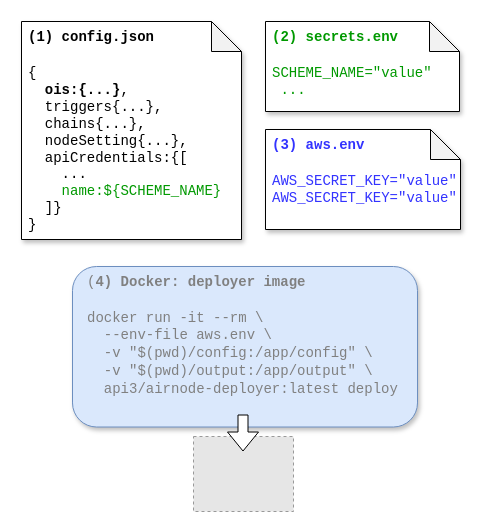
This is docs/reference/airnode/latest/assets/diagrams/api-provider-overview-aws.drawio from api3dao/vitepress-docs, a draw.io file, before an edit. Source tidied: cells renumbered, new cells numbered last; positions are measured from the earlier drawing's top-left corner, leaving out a move shared by most shapes. Both pictures are drawn from the tidied source at 100%, with x=0, y=0 at pixel (21, 21). Pictures stored in the file or linked from it are replaced by grey dashed boxes.
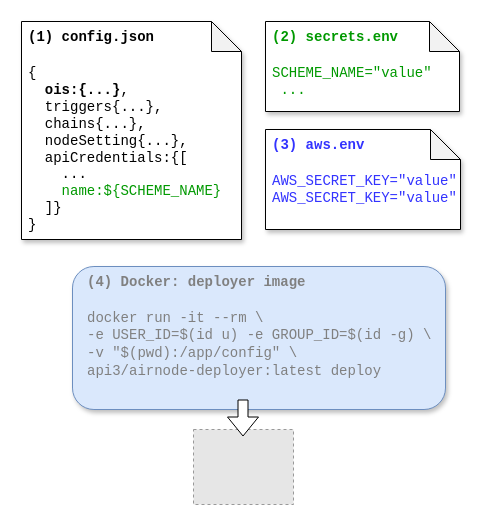
After the change.

Change to the diagram source:
```diff
@@
 <mxGraphModel>
   <root>
     <mxCell id="0" />
     <mxCell id="1" parent="0" />
-    <mxCell id="2" value="&lt;div style=&quot;font-size: 14px&quot;&gt;&lt;font color=&quot;#808080&quot; style=&quot;font-size: 14px&quot; face=&quot;Courier New&quot;&gt;(&lt;b&gt;4) Docker: deployer image&lt;/b&gt;&lt;/font&gt;&lt;/div&gt;&lt;div style=&quot;font-size: 14px&quot;&gt;&lt;font color=&quot;#808080&quot; style=&quot;font-size: 14px&quot; face=&quot;Courier New&quot;&gt;&lt;br&gt;&lt;/font&gt;&lt;/div&gt;&lt;div style=&quot;font-size: 14px&quot;&gt;&lt;font color=&quot;#808080&quot; style=&quot;font-size: 14px&quot; face=&quot;Courier New&quot;&gt;docker run -it --rm \&lt;/font&gt;&lt;/div&gt;&lt;div style=&quot;font-size: 14px&quot;&gt;&lt;font color=&quot;#808080&quot; style=&quot;font-size: 14px&quot; face=&quot;Courier New&quot;&gt;&amp;nbsp; --env-file aws.env \&lt;/font&gt;&lt;/div&gt;&lt;div style=&quot;font-size: 14px&quot;&gt;&lt;span style=&quot;color: rgb(128 , 128 , 128)&quot;&gt;&lt;font style=&quot;font-size: 14px&quot; face=&quot;Courier New&quot;&gt;&amp;nbsp; -v &quot;$(pwd)/config:/app/config&quot; \&lt;/font&gt;&lt;/span&gt;&lt;/div&gt;&lt;div style=&quot;font-size: 14px&quot;&gt;&lt;font color=&quot;#808080&quot; style=&quot;font-size: 14px&quot; face=&quot;Courier New&quot;&gt;&amp;nbsp; -v &quot;$(pwd)/output:/app/output&quot; \&lt;/font&gt;&lt;/div&gt;&lt;div style=&quot;font-size: 14px&quot;&gt;&lt;font color=&quot;#808080&quot; style=&quot;font-size: 14px&quot; face=&quot;Courier New&quot;&gt;&amp;nbsp; api3/airnode-deployer:latest deploy&lt;/font&gt;&lt;/div&gt;" style="rounded=1;whiteSpace=wrap;html=1;fontSize=11;align=left;fillColor=#dae8fc;strokeColor=#6c8ebf;shadow=1;spacingLeft=13;spacingRight=5;verticalAlign=top;" parent="1" vertex="1">
-      <mxGeometry x="51" y="245" width="345" height="160.5" as="geometry" />
+    <mxCell id="2" value="&lt;div style=&quot;font-size: 14px&quot;&gt;&lt;div style=&quot;border-color: var(--border-color);&quot;&gt;&lt;font style=&quot;border-color: var(--border-color);&quot; face=&quot;Courier New&quot; color=&quot;#808080&quot;&gt;&lt;b style=&quot;border-color: var(--border-color);&quot;&gt;(4) Docker: deployer image&lt;/b&gt;&lt;/font&gt;&lt;/div&gt;&lt;div style=&quot;border-color: var(--border-color);&quot;&gt;&lt;font style=&quot;border-color: var(--border-color);&quot; face=&quot;Courier New&quot; color=&quot;#808080&quot;&gt;&lt;br style=&quot;border-color: var(--border-color);&quot;&gt;&lt;/font&gt;&lt;/div&gt;&lt;div style=&quot;border-color: var(--border-color);&quot;&gt;&lt;font style=&quot;border-color: var(--border-color);&quot; face=&quot;Courier New&quot; color=&quot;#808080&quot;&gt;docker run -it --rm \&lt;/font&gt;&lt;/div&gt;&lt;div style=&quot;border-color: var(--border-color);&quot;&gt;&lt;font style=&quot;border-color: var(--border-color);&quot; face=&quot;Courier New&quot; color=&quot;#808080&quot;&gt;-e USER_ID=$(id u) -e GROUP_ID=$(id -g) \&lt;/font&gt;&lt;/div&gt;&lt;div style=&quot;border-color: var(--border-color);&quot;&gt;&lt;font style=&quot;border-color: var(--border-color);&quot; face=&quot;Courier New&quot; color=&quot;#808080&quot;&gt;-v &quot;$(pwd):/app/config&quot; \&amp;nbsp;&amp;nbsp;&lt;/font&gt;&lt;/div&gt;&lt;div style=&quot;border-color: var(--border-color);&quot;&gt;&lt;font style=&quot;border-color: var(--border-color);&quot; face=&quot;Courier New&quot; color=&quot;#808080&quot;&gt;api3/airnode-deployer:latest deploy&lt;/font&gt;&lt;/div&gt;&lt;/div&gt;" style="rounded=1;whiteSpace=wrap;html=1;fontSize=11;align=left;fillColor=#dae8fc;strokeColor=#6c8ebf;shadow=1;spacingLeft=13;spacingRight=5;verticalAlign=top;" parent="1" vertex="1">
+      <mxGeometry x="51" y="245" width="373" height="143" as="geometry" />
     </mxCell>
     <mxCell id="3" value="&lt;span style=&quot;font-size: 14px&quot;&gt;&lt;font face=&quot;Courier New&quot;&gt;&lt;b&gt;(1) config.json&lt;/b&gt;&lt;br style=&quot;font-size: 14px&quot;&gt;&lt;br style=&quot;font-size: 14px&quot;&gt;&lt;/font&gt;&lt;/span&gt;&lt;div style=&quot;font-size: 14px&quot;&gt;&lt;span style=&quot;font-size: 14px&quot;&gt;&lt;font face=&quot;Courier New&quot;&gt;{&lt;/font&gt;&lt;/span&gt;&lt;/div&gt;&lt;div style=&quot;font-size: 14px&quot;&gt;&lt;font face=&quot;Courier New&quot;&gt;&lt;span style=&quot;font-size: 14px&quot;&gt;&amp;nbsp;&amp;nbsp;&lt;b style=&quot;font-size: 14px&quot;&gt;ois:{...&lt;/b&gt;&lt;/span&gt;&lt;span style=&quot;font-size: 14px&quot;&gt;&lt;b style=&quot;font-size: 14px&quot;&gt;}&lt;/b&gt;,&lt;/span&gt;&lt;/font&gt;&lt;/div&gt;&lt;font style=&quot;font-size: 14px&quot;&gt;&lt;font face=&quot;Courier New&quot; style=&quot;font-size: 14px&quot;&gt;&lt;div style=&quot;font-size: 14px&quot;&gt;&amp;nbsp; triggers{...},&lt;/div&gt;&lt;div style=&quot;font-size: 14px&quot;&gt;&amp;nbsp; chains{...},&lt;/div&gt;&lt;div style=&quot;font-size: 14px&quot;&gt;&amp;nbsp; nodeSetting{...},&lt;/div&gt;&lt;div style=&quot;font-size: 14px&quot;&gt;&amp;nbsp;&amp;nbsp;apiCredentials:{[&lt;/div&gt;&lt;div style=&quot;font-size: 14px&quot;&gt;&amp;nbsp; &amp;nbsp; ...&lt;/div&gt;&lt;div style=&quot;font-size: 14px&quot;&gt;&amp;nbsp; &amp;nbsp;&amp;nbsp;&lt;font color=&quot;#009900&quot; style=&quot;font-size: 14px&quot;&gt;name:${&lt;/font&gt;&lt;font color=&quot;#009900&quot; style=&quot;font-size: 14px&quot;&gt;&lt;span style=&quot;background-color: transparent ; font-size: 14px&quot;&gt;SCHEME_NAME&lt;/span&gt;}&lt;/font&gt;&lt;/div&gt;&lt;/font&gt;&lt;font face=&quot;Courier New&quot; style=&quot;font-size: 14px&quot;&gt;&lt;div style=&quot;font-size: 14px&quot;&gt;&amp;nbsp; ]}&amp;nbsp; &amp;nbsp;&lt;/div&gt;&lt;div style=&quot;font-size: 14px&quot;&gt;}&lt;/div&gt;&lt;div style=&quot;font-size: 14px&quot;&gt;&lt;br style=&quot;font-size: 14px&quot;&gt;&lt;/div&gt;&lt;/font&gt;&lt;/font&gt;" style="shape=note;whiteSpace=wrap;html=1;backgroundOutline=1;darkOpacity=0.05;shadow=1;verticalAlign=top;align=left;fontSize=14;spacingLeft=5;" parent="1" vertex="1">
       <mxGeometry width="220" height="218" as="geometry" />
     </mxCell>
     <mxCell id="4" value="&lt;div style=&quot;font-size: 14px&quot;&gt;&lt;/div&gt;&lt;span style=&quot;font-size: 14px ; text-align: center&quot;&gt;&lt;font face=&quot;Courier New&quot;&gt;&lt;b&gt;(2) secrets.env&lt;br style=&quot;font-size: 14px&quot;&gt;&lt;/b&gt;&lt;br style=&quot;font-size: 14px&quot;&gt;&lt;/font&gt;&lt;/span&gt;&lt;div style=&quot;font-size: 14px&quot;&gt;&lt;span style=&quot;font-size: 14px&quot;&gt;&lt;font face=&quot;Courier New&quot; style=&quot;font-size: 14px&quot;&gt;SCHEME_NAME=&quot;value&quot;&lt;/font&gt;&lt;/span&gt;&lt;/div&gt;&lt;div style=&quot;font-size: 14px&quot;&gt;&lt;font face=&quot;Courier New&quot; style=&quot;font-size: 14px&quot;&gt;&amp;nbsp;...&lt;/font&gt;&lt;/div&gt;" style="shape=note;whiteSpace=wrap;html=1;backgroundOutline=1;darkOpacity=0.05;shadow=1;fontColor=#009900;align=left;verticalAlign=top;fontSize=14;spacingLeft=5;" parent="1" vertex="1">
       <mxGeometry x="244" width="194" height="90" as="geometry" />
     </mxCell>
     <mxCell id="5" value="&lt;div style=&quot;font-size: 14px;&quot;&gt;&lt;div style=&quot;font-size: 14px;&quot;&gt;&lt;font color=&quot;#3333ff&quot; style=&quot;font-size: 14px;&quot;&gt;&lt;span style=&quot;font-family: &amp;quot;courier new&amp;quot;; font-size: 14px;&quot;&gt;&lt;b style=&quot;font-size: 14px;&quot;&gt;(3) aws.env&lt;/b&gt;&lt;/span&gt;&lt;/font&gt;&lt;/div&gt;&lt;div style=&quot;text-align: justify; font-size: 14px;&quot;&gt;&lt;font color=&quot;#3333ff&quot; style=&quot;font-size: 14px;&quot;&gt;&lt;span style=&quot;font-family: &amp;quot;courier new&amp;quot;; font-size: 14px;&quot;&gt;&lt;b style=&quot;font-size: 14px;&quot;&gt;&lt;br style=&quot;font-size: 14px;&quot;&gt;&lt;/b&gt;&lt;/span&gt;&lt;/font&gt;&lt;/div&gt;&lt;div style=&quot;font-size: 14px;&quot;&gt;&lt;font color=&quot;#3333ff&quot; style=&quot;font-size: 14px;&quot;&gt;&lt;span style=&quot;font-family: &amp;quot;courier new&amp;quot;; font-size: 14px;&quot;&gt;AWS_SECRET_KEY=&quot;value&quot;&lt;/span&gt;&lt;br style=&quot;font-size: 14px;&quot;&gt;&lt;/font&gt;&lt;/div&gt;&lt;/div&gt;&lt;div style=&quot;font-size: 14px;&quot;&gt;&lt;span style=&quot;font-family: &amp;quot;courier new&amp;quot;; font-size: 14px;&quot;&gt;&lt;font color=&quot;#3333ff&quot; style=&quot;font-size: 14px;&quot;&gt;AWS_SECRET_KEY=&quot;value&quot;&lt;/font&gt;&lt;/span&gt;&lt;br style=&quot;font-size: 14px;&quot;&gt;&lt;/div&gt;" style="shape=note;whiteSpace=wrap;html=1;backgroundOutline=1;darkOpacity=0.05;shadow=1;align=left;verticalAlign=top;fontSize=14;spacingLeft=5;" parent="1" vertex="1">
       <mxGeometry x="244" y="108" width="195" height="100" as="geometry" />
     </mxCell>
     <mxCell id="6" style="fillColor=#E6E6E6;strokeColor=#999999;dashed=1;verticalLabelPosition=bottom;labelBackgroundColor=#ffffff;verticalAlign=top;" parent="1" vertex="1">
-      <mxGeometry x="172" y="415" width="100" height="75" as="geometry" />
+      <mxGeometry x="172" y="408" width="100" height="75" as="geometry" />
     </mxCell>
     <mxCell id="7" style="shape=flexArrow;endArrow=classic;html=1;rounded=0;fontColor=#000000;strokeColor=#000000;strokeWidth=1;fillColor=#FFFFFF;gradientColor=#ffffff;gradientDirection=west;edgeStyle=orthogonalEdgeStyle;" parent="1" edge="1">
       <mxGeometry relative="1" as="geometry">
-        <mxPoint x="221.5" y="393" as="sourcePoint" />
-        <mxPoint x="221.5" y="430" as="targetPoint" />
+        <mxPoint x="221.5" y="378" as="sourcePoint" />
+        <mxPoint x="221.5" y="415" as="targetPoint" />
       </mxGeometry>
     </mxCell>
   </root>
 </mxGraphModel>
```
